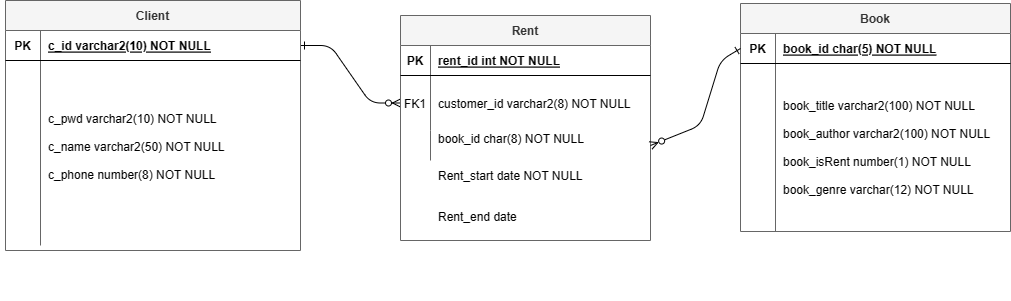
Before: BookRent 다이어그램.drawio.png, a diagram exported from draw.io (dmswlb/shinhan_project1). Source tidied: cells renumbered, new cells last; positions are measured from the earlier drawing's top-left corner, leaving out a move shared by most shapes.
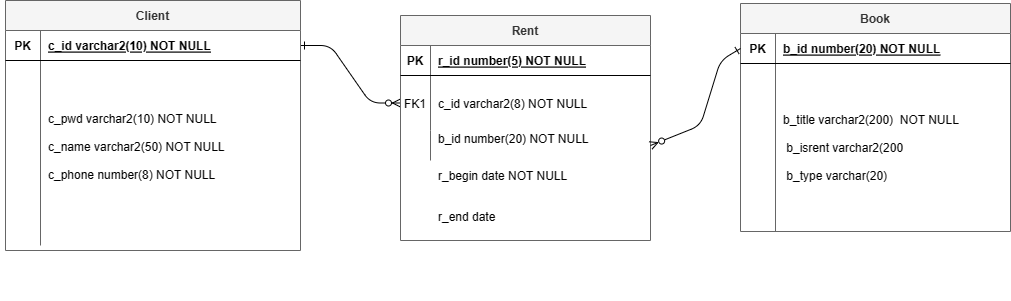
After the commit.

Commit message:
BookRent 다이어그램.drawio.png 업데이트

Change to the diagram source:
```diff
@@ -18,7 +18,7 @@
     <mxCell id="5" value="PK" style="shape=partialRectangle;overflow=hidden;fillColor=none;top=0;left=0;bottom=0;right=0;fontStyle=1;" parent="4" vertex="1">
       <mxGeometry width="30" height="30" as="geometry" />
     </mxCell>
-    <mxCell id="6" value="rent_id int NOT NULL " style="shape=partialRectangle;overflow=hidden;fillColor=none;top=0;left=0;bottom=0;right=0;align=left;spacingLeft=6;fontStyle=5;" parent="4" vertex="1">
+    <mxCell id="6" value="r_id number(5) NOT NULL " style="shape=partialRectangle;overflow=hidden;fillColor=none;top=0;left=0;bottom=0;right=0;align=left;spacingLeft=6;fontStyle=5;" parent="4" vertex="1">
       <mxGeometry x="30" width="220" height="30" as="geometry" />
     </mxCell>
     <mxCell id="7" style="shape=partialRectangle;fillColor=none;points=[[0,0.5],[1,0.5]];portConstraint=eastwest;top=0;left=0;right=0;bottom=0;" parent="3" vertex="1">
@@ -27,7 +27,7 @@
     <mxCell id="8" value="FK1" style="shape=partialRectangle;overflow=hidden;fillColor=none;top=0;left=0;bottom=0;right=0;" parent="7" vertex="1">
       <mxGeometry width="30" height="55" as="geometry" />
     </mxCell>
-    <mxCell id="9" value="customer_id varchar2(8) NOT NULL" style="shape=partialRectangle;overflow=hidden;fillColor=none;top=0;left=0;bottom=0;right=0;align=left;spacingLeft=6;" parent="7" vertex="1">
+    <mxCell id="9" value="c_id varchar2(8) NOT NULL" style="shape=partialRectangle;overflow=hidden;fillColor=none;top=0;left=0;bottom=0;right=0;align=left;spacingLeft=6;" parent="7" vertex="1">
       <mxGeometry x="30" width="220" height="55" as="geometry" />
     </mxCell>
     <mxCell id="10" style="shape=partialRectangle;fillColor=none;points=[[0,0.5],[1,0.5]];portConstraint=eastwest;top=0;left=0;right=0;bottom=0;" parent="3" vertex="1">
@@ -36,7 +36,7 @@
     <mxCell id="11" style="shape=partialRectangle;overflow=hidden;fillColor=none;top=0;left=0;bottom=0;right=0;" parent="10" vertex="1">
       <mxGeometry width="30" height="30" as="geometry" />
     </mxCell>
-    <mxCell id="12" value="book_id char(8) NOT NULL&#10;" style="shape=partialRectangle;overflow=hidden;fillColor=none;top=0;left=0;bottom=0;right=0;align=left;spacingLeft=6;" parent="10" vertex="1">
+    <mxCell id="12" value="b_id number(20) NOT NULL&#10;" style="shape=partialRectangle;overflow=hidden;fillColor=none;top=0;left=0;bottom=0;right=0;align=left;spacingLeft=6;" parent="10" vertex="1">
       <mxGeometry x="30" width="220" height="30" as="geometry" />
     </mxCell>
     <mxCell id="13" style="shape=partialRectangle;overflow=hidden;fillColor=none;top=0;left=0;bottom=0;right=0;" parent="1" vertex="1">
@@ -78,7 +78,7 @@
     <mxCell id="25" value="PK" style="shape=partialRectangle;overflow=hidden;fillColor=none;top=0;left=0;bottom=0;right=0;fontStyle=1;" parent="24" vertex="1">
       <mxGeometry width="35" height="30" as="geometry" />
     </mxCell>
-    <mxCell id="26" value="book_id char(5) NOT NULL" style="shape=partialRectangle;overflow=hidden;fillColor=none;top=0;left=0;bottom=0;right=0;align=left;spacingLeft=6;fontStyle=5;strokeColor=inherit;" parent="24" vertex="1">
+    <mxCell id="26" value="b_id number(20) NOT NULL" style="shape=partialRectangle;overflow=hidden;fillColor=none;top=0;left=0;bottom=0;right=0;align=left;spacingLeft=6;fontStyle=5;strokeColor=inherit;" parent="24" vertex="1">
       <mxGeometry x="35" width="235" height="30" as="geometry" />
     </mxCell>
     <mxCell id="27" style="shape=partialRectangle;fillColor=none;top=0;left=0;right=0;bottom=0;" parent="23" vertex="1">
@@ -87,7 +87,7 @@
     <mxCell id="28" style="shape=partialRectangle;overflow=hidden;fillColor=none;top=0;left=0;bottom=0;right=0;" parent="27" vertex="1">
       <mxGeometry width="35" height="168" as="geometry" />
     </mxCell>
-    <mxCell id="29" value="book_title varchar2(100) NOT NULL&#10;&#10;book_author varchar2(100) NOT NULL&#10;&#10;book_isRent number(1) NOT NULL&#10;&#10;book_genre varchar(12) NOT NULL" style="shape=partialRectangle;overflow=hidden;fillColor=none;top=0;left=0;bottom=0;right=0;align=left;spacingLeft=6;" parent="27" vertex="1">
+    <mxCell id="29" value="b_title varchar2(200)  NOT NULL&#10;&#10; b_isrent varchar2(200&#10;&#10; b_type varchar(20)" style="shape=partialRectangle;overflow=hidden;fillColor=none;top=0;left=0;bottom=0;right=0;align=left;spacingLeft=6;" parent="27" vertex="1">
       <mxGeometry x="35" width="235" height="168" as="geometry" />
     </mxCell>
     <mxCell id="30" style="endArrow=ERone;html=1;startArrow=ERzeroToMany;startFill=0;endFill=0;exitX=1;exitY=0.5;exitDx=0;exitDy=0;entryX=0;entryY=0.5;entryDx=0;entryDy=0;rounded=1;" parent="1" edge="1" source="10" target="24">
@@ -98,10 +98,10 @@
         </Array>
       </mxGeometry>
     </mxCell>
-    <mxCell id="31" value="Rent_start date NOT NULL" style="shape=partialRectangle;overflow=hidden;fillColor=none;top=0;left=0;bottom=0;right=0;align=left;spacingLeft=6;" parent="1" vertex="1">
+    <mxCell id="31" value="r_begin date NOT NULL" style="shape=partialRectangle;overflow=hidden;fillColor=none;top=0;left=0;bottom=0;right=0;align=left;spacingLeft=6;" parent="1" vertex="1">
       <mxGeometry x="430" y="160" width="220" height="30" as="geometry" />
     </mxCell>
-    <mxCell id="32" value="Rent_end date" style="shape=partialRectangle;overflow=hidden;fillColor=none;top=0;left=0;bottom=0;right=0;align=left;spacingLeft=6;" parent="1" vertex="1">
+    <mxCell id="32" value="r_end date" style="shape=partialRectangle;overflow=hidden;fillColor=none;top=0;left=0;bottom=0;right=0;align=left;spacingLeft=6;" parent="1" vertex="1">
       <mxGeometry x="430" y="201" width="220" height="30" as="geometry" />
     </mxCell>
   </root>
```
